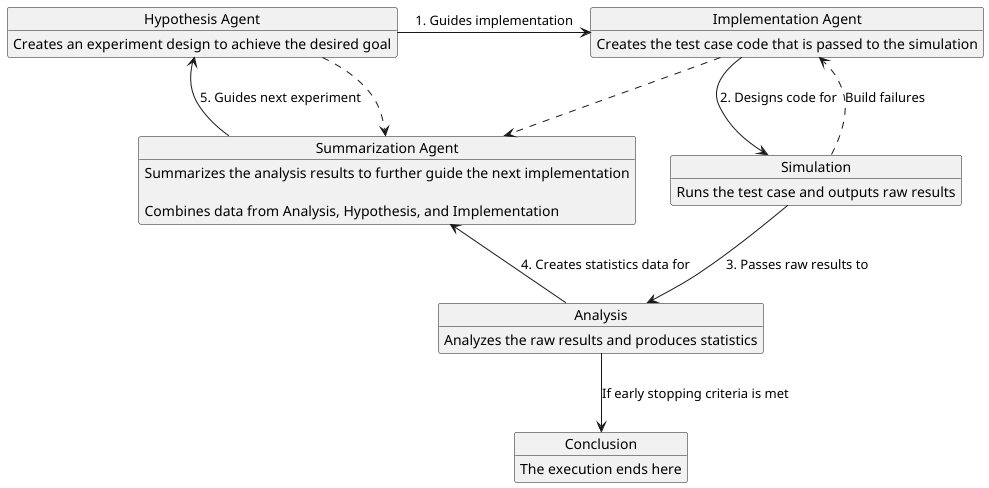
Earlier version of the PlantUML export automation/docs/loop.png (aaron-jencks/MicroSampler-Automation).
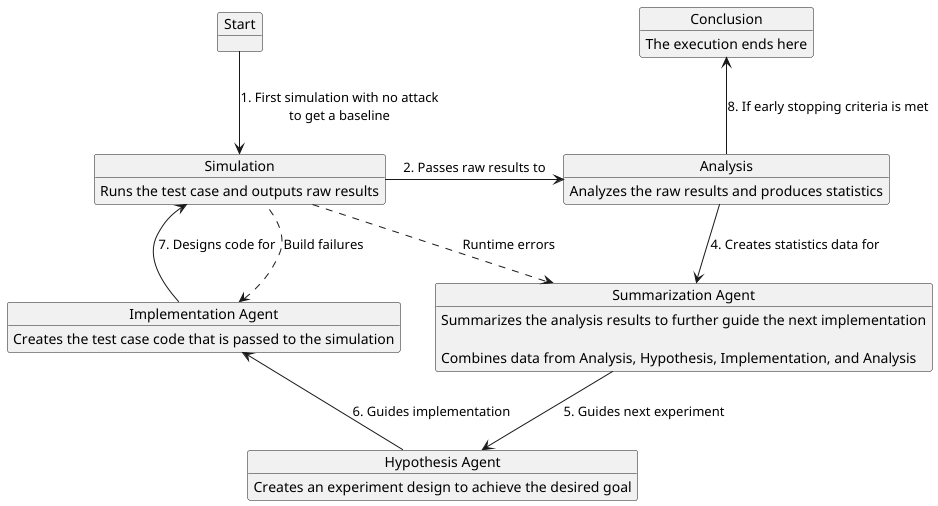
Later version of the same file.

Diff of the diagram source:
```diff
@@ -1,4 +1,6 @@
 @startuml
+
+object "Start"
 
 object "Hypothesis Agent" {
 Creates an experiment design to achieve the desired goal
@@ -9,7 +11,7 @@
 }
 
 object "Summarization Agent" {
-Summarizes the analysis results to further guide the next implementation\n\nCombines data from Analysis, Hypothesis, and Implementation
+Summarizes the analysis results to further guide the next implementation\n\nCombines data from Analysis, Hypothesis, Implementation, and Analysis
 }
 
 object Simulation {
@@ -20,20 +22,20 @@
 Analyzes the raw results and produces statistics
 }
 
-"Hypothesis Agent" -> "Implementation Agent" : "1. Guides implementation"
-"Implementation Agent" --> Simulation : "2. Designs code for"
-Simulation ..> "Implementation Agent" : "Build failures"
-Simulation --> Analysis : "3. Passes raw results to"
-"Summarization Agent" <- Analysis : "4. Creates statistics data for"
-"Hypothesis Agent" <-- "Summarization Agent" : "5. Guides next experiment"
+Start --> Simulation : "1. First simulation with no attack\nto get a baseline"
+Simulation -> Analysis : "2. Passes raw results to"
+Analysis --> "Summarization Agent" : "4. Creates statistics data for"
+"Summarization Agent" --> "Hypothesis Agent" : "5. Guides next experiment"
+"Implementation Agent" <-- "Hypothesis Agent": "6. Guides implementation"
+Simulation <-- "Implementation Agent" : "7. Designs code for"
 
-"Hypothesis Agent" ..> "Summarization Agent"
-"Implementation Agent" ..> "Summarization Agent"
+"Implementation Agent" <.. Simulation : "Build failures"
+Simulation ..> "Summarization Agent" : "Runtime errors"
 
 object Conclusion {
 The execution ends here
 }
 
-Analysis --> Conclusion : "If early stopping criteria is met"
+Conclusion <-- Analysis : "8. If early stopping criteria is met"
 
 @enduml
```
